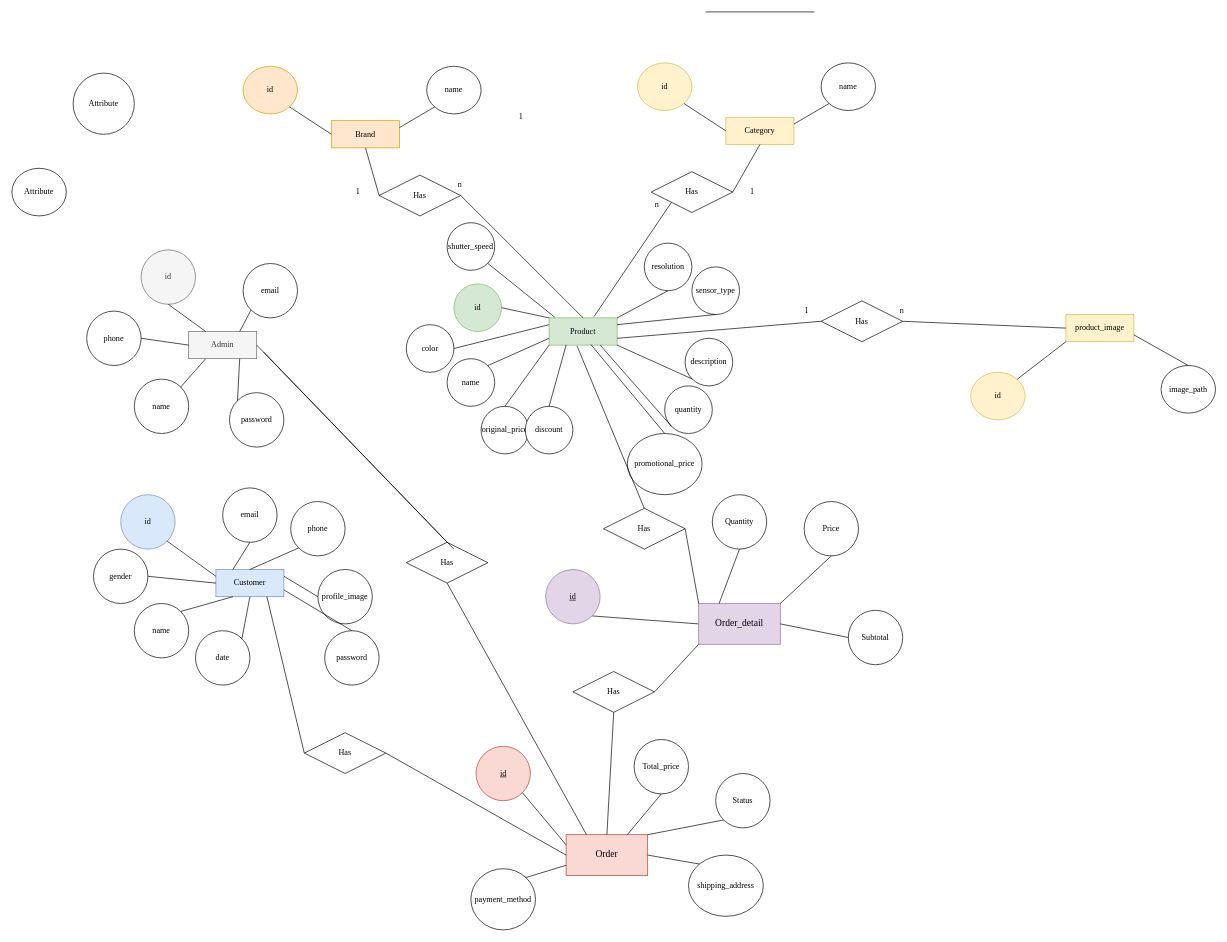
Above: CameraStore.drawio in FlashTM123/assignment (draw.io), before the change. Source tidied: cells renumbered, new cells numbered last; positions are measured from the earlier drawing's top-left corner, leaving out a move shared by most shapes. Both pictures are drawn from the tidied source at 68%, with x=0, y=0 at pixel (12, 12).
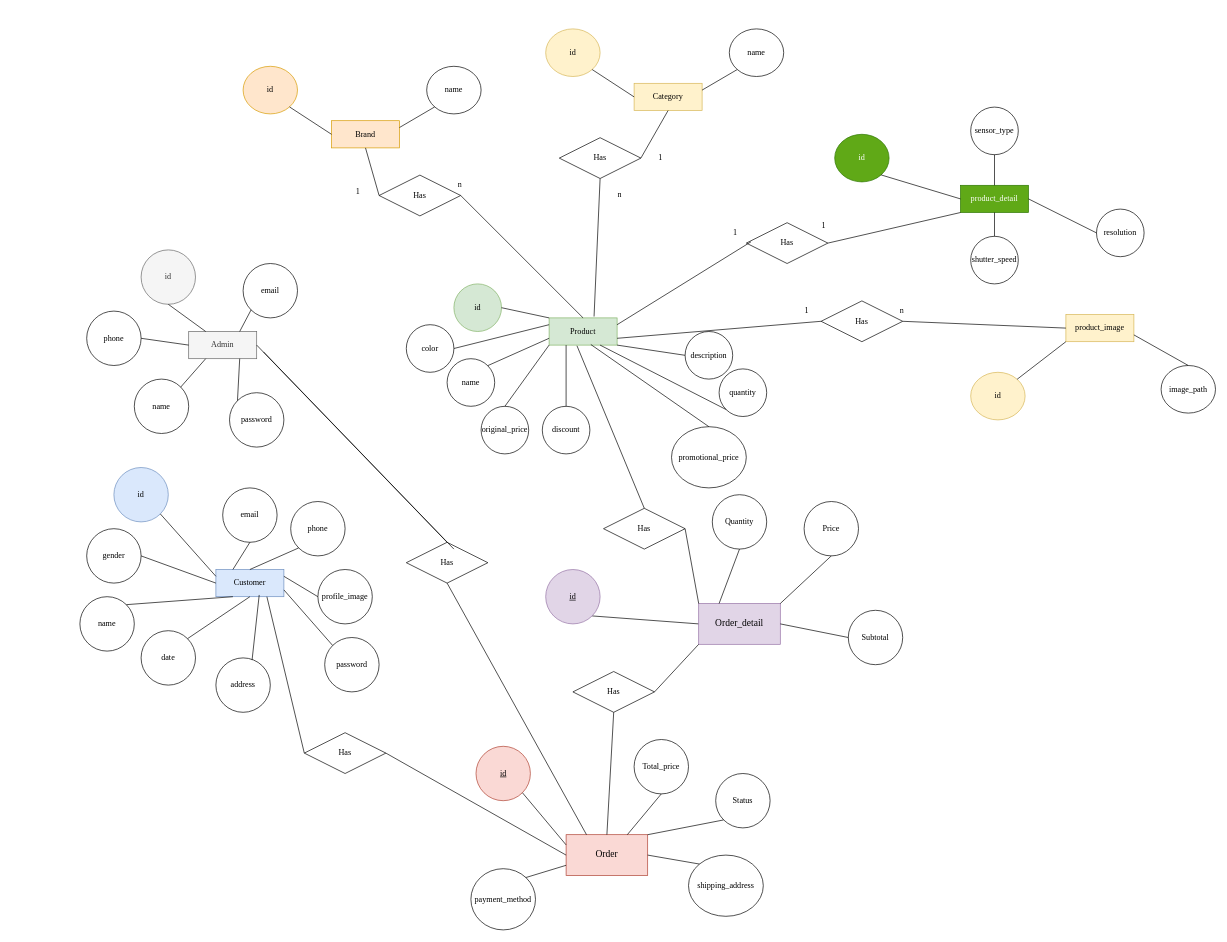
After the change.

The change refers to these unchanged cells:
```xml
<mxCell id="2" value="Product" style="whiteSpace=wrap;html=1;align=center;fontFamily=Times New Roman;fillColor=#d5e8d4;strokeColor=#82b366;" parent="1" vertex="1">
  <mxGeometry x="790" y="450" width="100" height="40" as="geometry" />
</mxCell>
<mxCell id="16" value="Customer" style="whiteSpace=wrap;html=1;align=center;fontFamily=Times New Roman;fillColor=#dae8fc;strokeColor=#6c8ebf;" parent="1" vertex="1">
  <mxGeometry x="300" y="820" width="100" height="40" as="geometry" />
</mxCell>
```

Diff of the diagram source:
```diff
@@
-    <mxCell id="3" value="Attribute" style="ellipse;whiteSpace=wrap;html=1;align=center;fontFamily=Times New Roman;" parent="1" vertex="1">
-      <mxGeometry y="230" width="80" height="70" as="geometry" />
-    </mxCell>
@@
-    <mxCell id="10" style="endArrow=none;html=1;rounded=0;" parent="1" edge="1">
-      <mxGeometry relative="1" as="geometry">
-        <mxPoint x="1020" as="sourcePoint" />
-        <mxPoint x="1180" as="targetPoint" />
-      </mxGeometry>
-    </mxCell>
@@
     <mxCell id="17" value="id" style="ellipse;whiteSpace=wrap;html=1;align=center;fontFamily=Times New Roman;fillColor=#dae8fc;strokeColor=#6c8ebf;" parent="1" vertex="1">
-      <mxGeometry x="160" y="710" width="80" height="80" as="geometry" />
+      <mxGeometry x="150" y="670" width="80" height="80" as="geometry" />
     </mxCell>
@@
     <mxCell id="20" value="name" style="ellipse;whiteSpace=wrap;html=1;align=center;fontFamily=Times New Roman;" parent="1" vertex="1">
-      <mxGeometry x="180" y="870" width="80" height="80" as="geometry" />
+      <mxGeometry x="100" y="860" width="80" height="80" as="geometry" />
     </mxCell>
     <mxCell id="21" value="date" style="ellipse;whiteSpace=wrap;html=1;align=center;fontFamily=Times New Roman;" parent="1" vertex="1">
-      <mxGeometry x="270" y="910" width="80" height="80" as="geometry" />
+      <mxGeometry x="190" y="910" width="80" height="80" as="geometry" />
     </mxCell>
     <mxCell id="22" value="password" style="ellipse;whiteSpace=wrap;html=1;align=center;fontFamily=Times New Roman;" parent="1" vertex="1">
-      <mxGeometry x="460" y="910" width="80" height="80" as="geometry" />
+      <mxGeometry x="460" y="920" width="80" height="80" as="geometry" />
     </mxCell>
@@
     <mxCell id="24" value="gender" style="ellipse;whiteSpace=wrap;html=1;align=center;fontFamily=Times New Roman;" parent="1" vertex="1">
-      <mxGeometry x="120" y="790" width="80" height="80" as="geometry" />
+      <mxGeometry x="110" y="760" width="80" height="80" as="geometry" />
     </mxCell>
@@
-    <mxCell id="29" style="endArrow=none;html=1;rounded=0;entryX=0.5;entryY=0;entryDx=0;entryDy=0;exitX=1;exitY=0.75;exitDx=0;exitDy=0;" parent="1" edge="1" source="16" target="22">
+    <mxCell id="29" style="endArrow=none;html=1;rounded=0;entryX=0;entryY=0;entryDx=0;entryDy=0;exitX=1;exitY=0.75;exitDx=0;exitDy=0;" parent="1" edge="1" source="16" target="22">
       <mxGeometry relative="1" as="geometry" />
     </mxCell>
@@
-    <mxCell id="35" value="Attribute" style="ellipse;whiteSpace=wrap;html=1;align=center;fontFamily=Times New Roman;" parent="1" vertex="1">
-      <mxGeometry x="90" y="90" width="90" height="90" as="geometry" />
-    </mxCell>
@@
     <mxCell id="37" value="discount" style="ellipse;whiteSpace=wrap;html=1;align=center;fontFamily=Times New Roman;" parent="1" vertex="1">
-      <mxGeometry x="755" y="580" width="70" height="70" as="geometry" />
+      <mxGeometry x="780" y="580" width="70" height="70" as="geometry" />
     </mxCell>
     <mxCell id="38" value="quantity" style="ellipse;whiteSpace=wrap;html=1;align=center;fontFamily=Times New Roman;" parent="1" vertex="1">
-      <mxGeometry x="960" y="550" width="70" height="70" as="geometry" />
+      <mxGeometry x="1040" y="525" width="70" height="70" as="geometry" />
     </mxCell>
     <mxCell id="39" value="sensor_type" style="ellipse;whiteSpace=wrap;html=1;align=center;fontFamily=Times New Roman;" parent="1" vertex="1">
-      <mxGeometry x="1000" y="375" width="70" height="70" as="geometry" />
+      <mxGeometry x="1410" y="140" width="70" height="70" as="geometry" />
     </mxCell>
     <mxCell id="40" value="resolution" style="ellipse;whiteSpace=wrap;html=1;align=center;fontFamily=Times New Roman;" parent="1" vertex="1">
-      <mxGeometry x="930" y="340" width="70" height="70" as="geometry" />
+      <mxGeometry x="1595" y="290" width="70" height="70" as="geometry" />
     </mxCell>
     <mxCell id="41" value="shutter_speed" style="ellipse;whiteSpace=wrap;html=1;align=center;fontFamily=Times New Roman;" parent="1" vertex="1">
-      <mxGeometry x="640" y="310" width="70" height="70" as="geometry" />
+      <mxGeometry x="1410" y="330" width="70" height="70" as="geometry" />
     </mxCell>
     <mxCell id="42" value="description" style="ellipse;whiteSpace=wrap;html=1;align=center;fontFamily=Times New Roman;" parent="1" vertex="1">
-      <mxGeometry x="990" y="480" width="70" height="70" as="geometry" />
+      <mxGeometry x="990" y="470" width="70" height="70" as="geometry" />
     </mxCell>
     <mxCell id="43" value="promotional_price" style="ellipse;whiteSpace=wrap;html=1;align=center;fontFamily=Times New Roman;" parent="1" vertex="1">
-      <mxGeometry x="905" y="620" width="110" height="90" as="geometry" />
+      <mxGeometry x="970" y="610" width="110" height="90" as="geometry" />
     </mxCell>
@@
-    <mxCell id="50" style="endArrow=none;html=1;rounded=0;exitX=0;exitY=1;exitDx=0;exitDy=0;entryX=1;entryY=1;entryDx=0;entryDy=0;" parent="1" edge="1" source="42" target="2">
+    <mxCell id="50" style="endArrow=none;html=1;rounded=0;exitX=0;exitY=0.5;exitDx=0;exitDy=0;entryX=1;entryY=1;entryDx=0;entryDy=0;" parent="1" edge="1" source="42" target="2">
       <mxGeometry relative="1" as="geometry" />
     </mxCell>
-    <mxCell id="51" style="endArrow=none;html=1;rounded=0;exitX=0.5;exitY=1;exitDx=0;exitDy=0;entryX=1;entryY=0.25;entryDx=0;entryDy=0;" parent="1" edge="1" source="39" target="2">
-      <mxGeometry relative="1" as="geometry" />
-    </mxCell>
-    <mxCell id="52" style="endArrow=none;html=1;rounded=0;exitX=0.5;exitY=1;exitDx=0;exitDy=0;entryX=1;entryY=0;entryDx=0;entryDy=0;" parent="1" edge="1" source="40" target="2">
-      <mxGeometry relative="1" as="geometry" />
-    </mxCell>
-    <mxCell id="53" style="endArrow=none;html=1;rounded=0;exitX=1;exitY=1;exitDx=0;exitDy=0;entryX=0.085;entryY=-0.021;entryDx=0;entryDy=0;entryPerimeter=0;" parent="1" edge="1" source="41" target="2">
-      <mxGeometry relative="1" as="geometry" />
-    </mxCell>
@@
     <mxCell id="59" value="Category" style="whiteSpace=wrap;html=1;align=center;fontFamily=Times New Roman;fillColor=#fff2cc;strokeColor=#d6b656;" parent="1" vertex="1">
-      <mxGeometry x="1050" y="155" width="100" height="40" as="geometry" />
+      <mxGeometry x="915" y="105" width="100" height="40" as="geometry" />
     </mxCell>
     <mxCell id="60" value="id" style="ellipse;whiteSpace=wrap;html=1;align=center;fontFamily=Times New Roman;fillColor=#fff2cc;strokeColor=#d6b656;" parent="1" vertex="1">
-      <mxGeometry x="920" y="75" width="80" height="70" as="geometry" />
+      <mxGeometry x="785" y="25" width="80" height="70" as="geometry" />
     </mxCell>
     <mxCell id="61" value="name" style="ellipse;whiteSpace=wrap;html=1;align=center;fontFamily=Times New Roman;" parent="1" vertex="1">
-      <mxGeometry x="1190" y="75" width="80" height="70" as="geometry" />
+      <mxGeometry x="1055" y="25" width="80" height="70" as="geometry" />
     </mxCell>
@@
-    <mxCell id="67" value="1" style="text;strokeColor=none;fillColor=none;spacingLeft=4;spacingRight=4;overflow=hidden;fontSize=12;whiteSpace=wrap;html=1;fontFamily=Times New Roman;" parent="1" vertex="1">
-      <mxGeometry x="740" y="140" width="40" height="30" as="geometry" />
-    </mxCell>
@@
-    <mxCell id="70" style="endArrow=none;html=1;rounded=0;exitX=0.661;exitY=-0.05;exitDx=0;exitDy=0;exitPerimeter=0;entryX=0;entryY=1;entryDx=0;entryDy=0;" parent="1" edge="1" source="2" target="78">
+    <mxCell id="70" style="endArrow=none;html=1;rounded=0;exitX=0.661;exitY=-0.05;exitDx=0;exitDy=0;exitPerimeter=0;entryX=0.5;entryY=1;entryDx=0;entryDy=0;" parent="1" edge="1" source="2" target="78">
       <mxGeometry relative="1" as="geometry" />
     </mxCell>
@@
     <mxCell id="78" value="Has" style="shape=rhombus;perimeter=rhombusPerimeter;whiteSpace=wrap;html=1;align=center;fontFamily=Times New Roman;" parent="1" vertex="1">
-      <mxGeometry x="940" y="235" width="120" height="60" as="geometry" />
+      <mxGeometry x="805" y="185" width="120" height="60" as="geometry" />
     </mxCell>
     <mxCell id="79" value="1" style="text;strokeColor=none;fillColor=none;spacingLeft=4;spacingRight=4;overflow=hidden;fontSize=12;whiteSpace=wrap;html=1;fontFamily=Times New Roman;" parent="1" vertex="1">
-      <mxGeometry x="1080" y="250" width="40" height="30" as="geometry" />
+      <mxGeometry x="945" y="200" width="40" height="30" as="geometry" />
     </mxCell>
     <mxCell id="80" value="n" style="text;strokeColor=none;fillColor=none;spacingLeft=4;spacingRight=4;overflow=hidden;fontSize=12;whiteSpace=wrap;html=1;fontFamily=Times New Roman;" parent="1" vertex="1">
-      <mxGeometry x="940" y="270" width="40" height="30" as="geometry" />
+      <mxGeometry x="885" y="255" width="40" height="30" as="geometry" />
     </mxCell>
@@
+    <mxCell id="120" value="product_detail" style="whiteSpace=wrap;html=1;align=center;fontFamily=Times New Roman;fillColor=#60a917;strokeColor=#2D7600;fontColor=#ffffff;" parent="1" vertex="1">
+      <mxGeometry x="1395" y="255" width="100" height="40" as="geometry" />
+    </mxCell>
+    <mxCell id="121" value="id" style="ellipse;whiteSpace=wrap;html=1;align=center;fontFamily=Times New Roman;fillColor=#60a917;strokeColor=#2D7600;fontColor=#ffffff;" parent="1" vertex="1">
+      <mxGeometry x="1210" y="180" width="80" height="70" as="geometry" />
+    </mxCell>
+    <mxCell id="122" style="endArrow=none;html=1;rounded=0;entryX=0;entryY=0.5;entryDx=0;entryDy=0;exitX=1;exitY=0.5;exitDx=0;exitDy=0;" parent="1" edge="1" source="120" target="40">
+      <mxGeometry relative="1" as="geometry" />
+    </mxCell>
+    <mxCell id="123" style="endArrow=none;html=1;rounded=0;exitX=0.5;exitY=0;exitDx=0;exitDy=0;entryX=0.5;entryY=1;entryDx=0;entryDy=0;" parent="1" edge="1" source="120" target="39">
+      <mxGeometry relative="1" as="geometry" />
+    </mxCell>
+    <mxCell id="124" style="endArrow=none;html=1;rounded=0;entryX=1;entryY=1;entryDx=0;entryDy=0;exitX=0;exitY=0.5;exitDx=0;exitDy=0;" parent="1" edge="1" source="120" target="121">
+      <mxGeometry relative="1" as="geometry" />
+    </mxCell>
+    <mxCell id="125" style="endArrow=none;html=1;rounded=0;entryX=0.5;entryY=0;entryDx=0;entryDy=0;exitX=0.5;exitY=1;exitDx=0;exitDy=0;" parent="1" edge="1" source="120" target="41">
+      <mxGeometry relative="1" as="geometry" />
+    </mxCell>
+    <mxCell id="126" value="Has" style="shape=rhombus;perimeter=rhombusPerimeter;whiteSpace=wrap;html=1;align=center;fontFamily=Times New Roman;" parent="1" vertex="1">
+      <mxGeometry x="1080" y="310" width="120" height="60" as="geometry" />
+    </mxCell>
+    <mxCell id="127" style="endArrow=none;html=1;rounded=0;entryX=1;entryY=0.5;entryDx=0;entryDy=0;exitX=0;exitY=1;exitDx=0;exitDy=0;" parent="1" edge="1" source="120" target="126">
+      <mxGeometry relative="1" as="geometry" />
+    </mxCell>
+    <mxCell id="128" style="endArrow=none;html=1;rounded=0;entryX=1;entryY=0.25;entryDx=0;entryDy=0;exitX=0.058;exitY=0.467;exitDx=0;exitDy=0;exitPerimeter=0;" parent="1" edge="1" source="126" target="2">
+      <mxGeometry relative="1" as="geometry" />
+    </mxCell>
+    <mxCell id="129" value="1" style="text;strokeColor=none;fillColor=none;spacingLeft=4;spacingRight=4;overflow=hidden;fontSize=12;whiteSpace=wrap;html=1;fontFamily=Times New Roman;" parent="1" vertex="1">
+      <mxGeometry x="1055" y="310" width="40" height="30" as="geometry" />
+    </mxCell>
+    <mxCell id="130" value="1" style="text;strokeColor=none;fillColor=none;spacingLeft=4;spacingRight=4;overflow=hidden;fontSize=12;whiteSpace=wrap;html=1;fontFamily=Times New Roman;" parent="1" vertex="1">
+      <mxGeometry x="1185" y="300" width="40" height="30" as="geometry" />
+    </mxCell>
+    <mxCell id="131" value="address" style="ellipse;whiteSpace=wrap;html=1;align=center;fontFamily=Times New Roman;" parent="1" vertex="1">
+      <mxGeometry x="300" y="950" width="80" height="80" as="geometry" />
+    </mxCell>
+    <mxCell id="132" style="endArrow=none;html=1;rounded=0;entryX=0.665;entryY=0.04;entryDx=0;entryDy=0;exitX=0.637;exitY=0.936;exitDx=0;exitDy=0;exitPerimeter=0;entryPerimeter=0;" parent="1" edge="1" source="16" target="131">
+      <mxGeometry relative="1" as="geometry" />
+    </mxCell>
```
